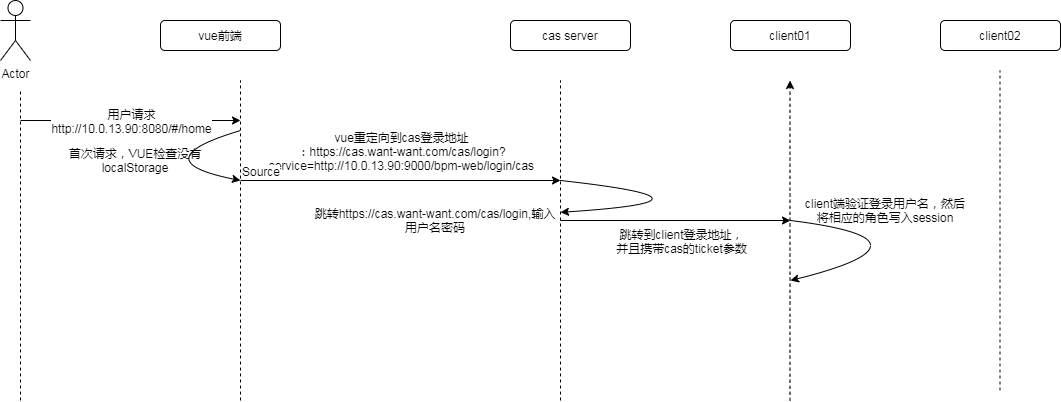
The draw.io diagram BPM CAS流程图.png in daofuzhang/demo, before a commit. Source tidied: cells renumbered, new cells last; positions are measured from the earlier drawing's top-left corner, leaving out a move shared by most shapes.
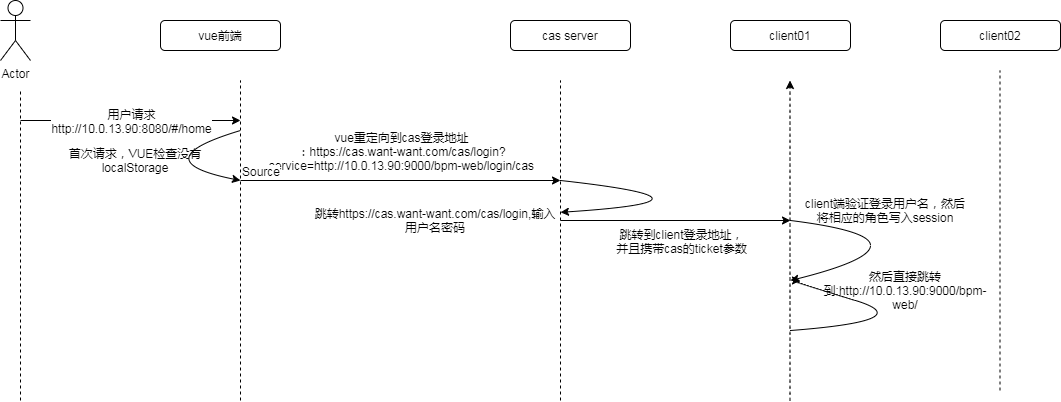
After the change.

The edit, as a diff of the source:
```diff
@@ -117,5 +117,18 @@
     <mxCell id="24" value="client端验证登录用户名，然后将相应的角色写入session" style="text;html=1;strokeColor=none;fillColor=none;align=center;verticalAlign=middle;whiteSpace=wrap;rounded=0;" parent="1" vertex="1">
       <mxGeometry x="800" y="200" width="170" height="20" as="geometry" />
     </mxCell>
+    <mxCell id="25" style="curved=1;endArrow=classic;html=1;" parent="1" edge="1">
+      <mxGeometry relative="1" as="geometry">
+        <mxPoint x="790" y="330" as="sourcePoint" />
+        <mxPoint x="800" y="280" as="targetPoint" />
+        <Array as="points">
+          <mxPoint x="920" y="320" />
+          <mxPoint x="790" y="280" />
+        </Array>
+      </mxGeometry>
+    </mxCell>
+    <mxCell id="26" value="然后直接跳转到:http://10.0.13.90:9000/bpm-web/" style="text;html=1;strokeColor=none;fillColor=none;align=center;verticalAlign=middle;whiteSpace=wrap;rounded=0;" parent="1" vertex="1">
+      <mxGeometry x="820" y="280" width="170" height="20" as="geometry" />
+    </mxCell>
   </root>
 </mxGraphModel>
```
